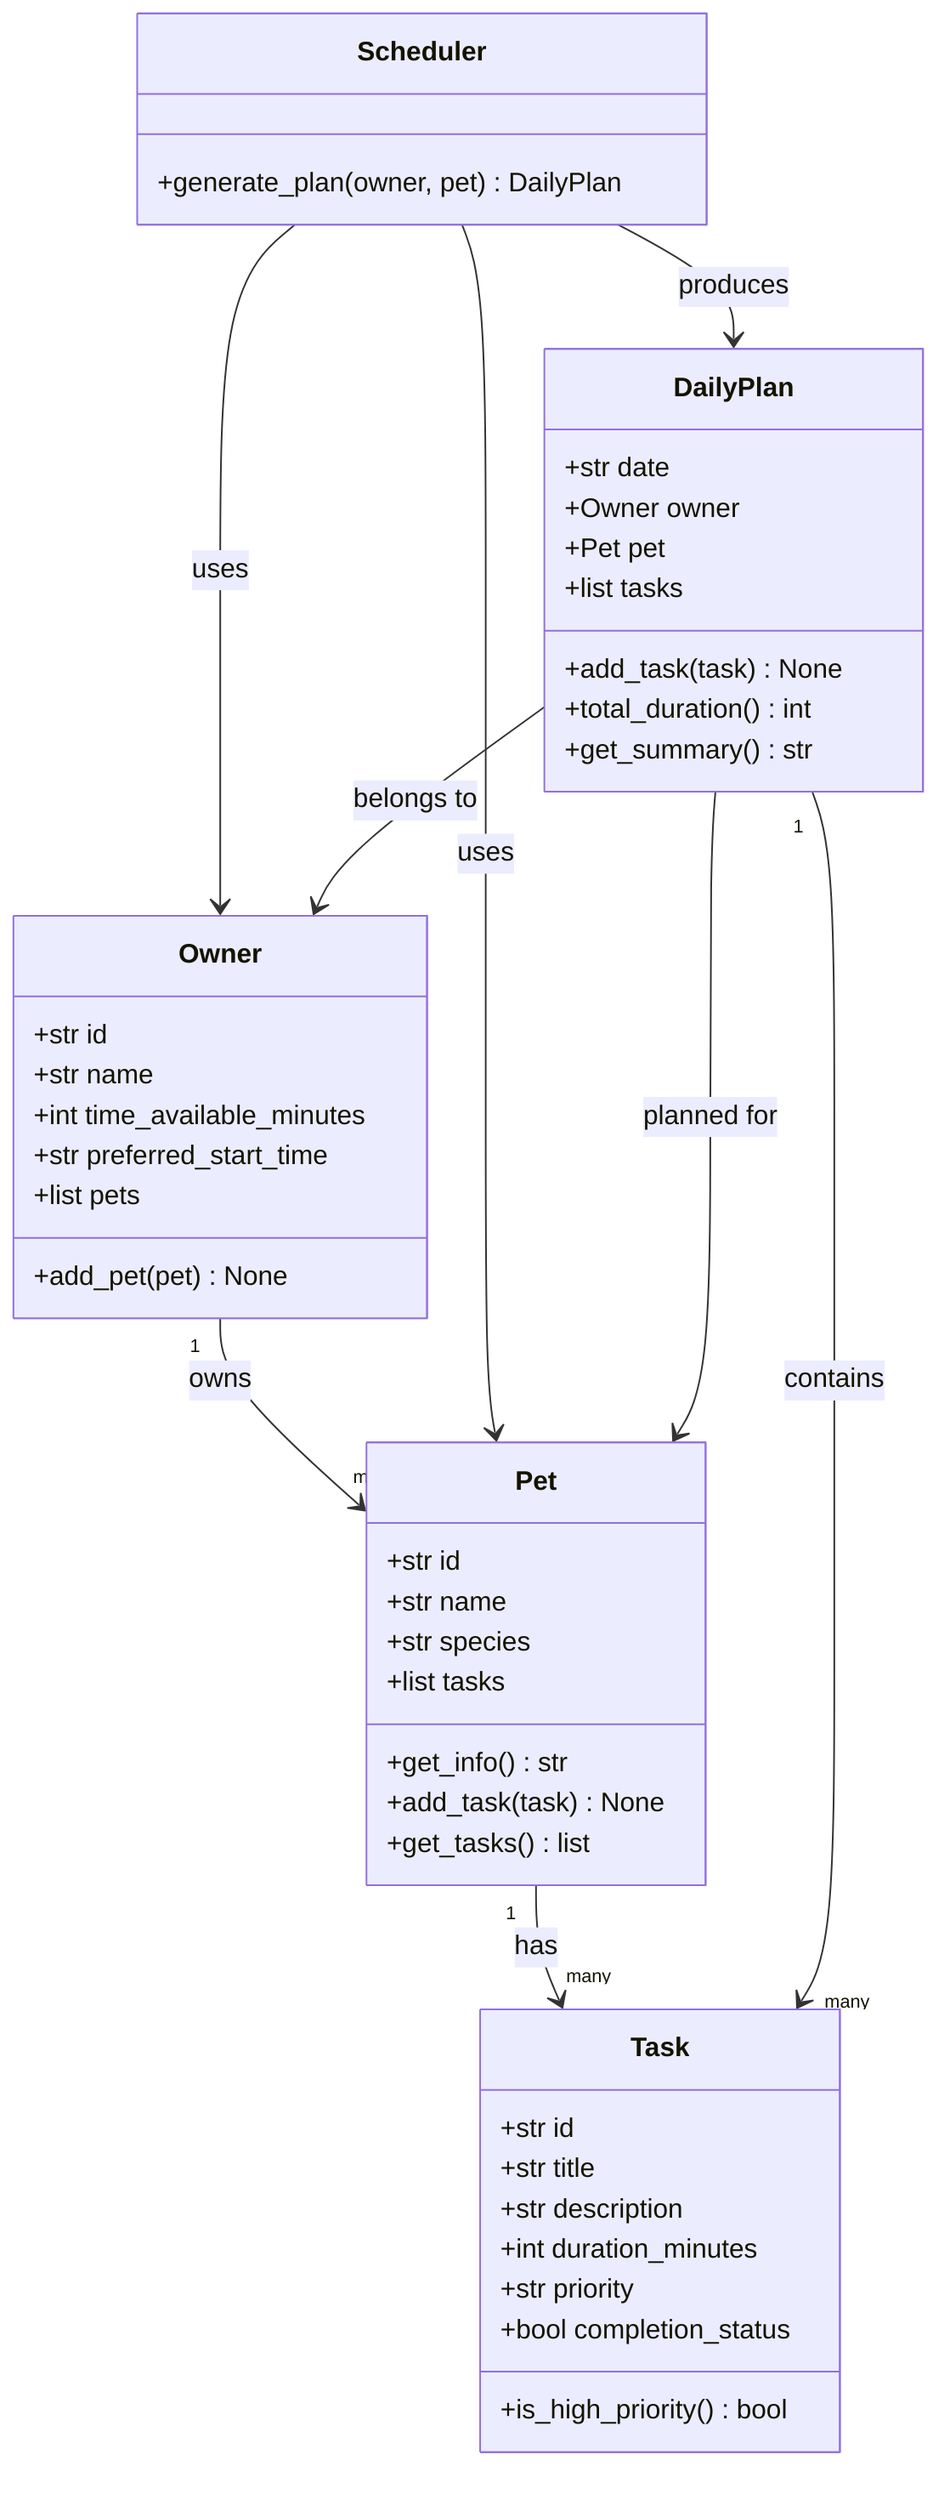
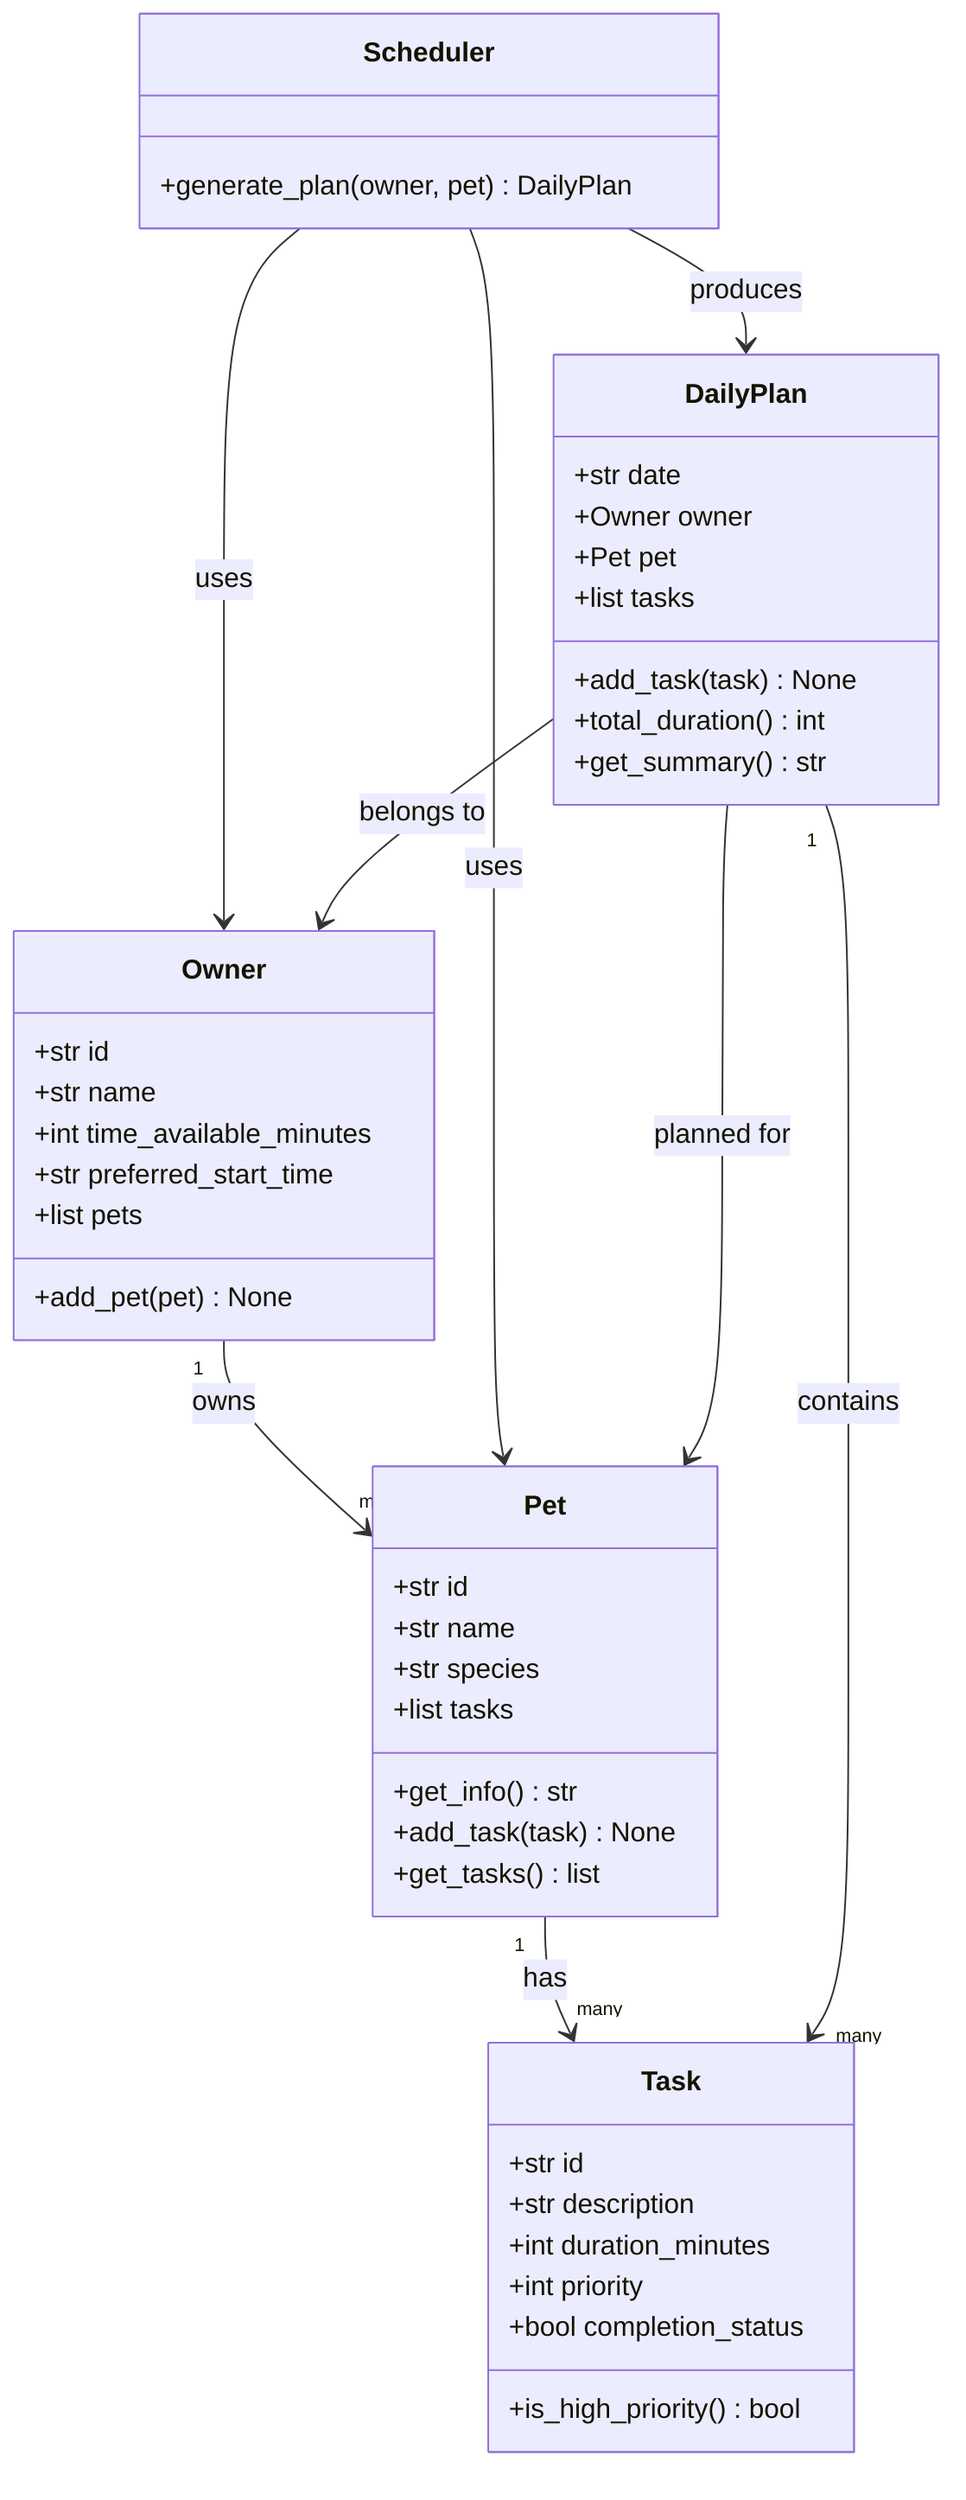
classDiagram
    class Pet {
        +str id
        +str name
        +str species
        +list tasks
        +get_info() str
        +add_task(task) None
        +get_tasks() list
    }

    class Owner {
        +str id
        +str name
        +int time_available_minutes
        +str preferred_start_time
        +list pets
        +add_pet(pet) None
    }

    class Task {
        +str id
-         +str title
        +str description
        +int duration_minutes
-         +str priority
+         +int priority
        +bool completion_status
        +is_high_priority() bool
    }

    class DailyPlan {
        +str date
        +Owner owner
        +Pet pet
        +list tasks
        +add_task(task) None
        +total_duration() int
        +get_summary() str
    }

    class Scheduler {
        +generate_plan(owner, pet) DailyPlan
    }

    Owner "1" --> "many" Pet : owns
    Pet "1" --> "many" Task : has
    Scheduler --> Owner : uses
    Scheduler --> Pet : uses
    Scheduler --> DailyPlan : produces
    DailyPlan "1" --> "many" Task : contains
    DailyPlan --> Pet : planned for
    DailyPlan --> Owner : belongs to
